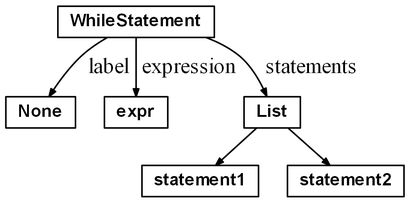
The Graphviz diagram document/Masterarbeit/images/WhileStatement.png in chrreisinger/OpenVC, before a commit. Its source is kept beside it as document/Masterarbeit/src/WhileStatement.dot.
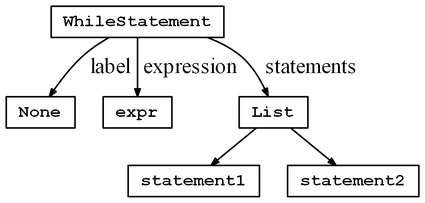
The same diagram one commit later.

Change to the diagram source:
```diff
@@ -1,8 +1,8 @@
 digraph {
-	graph [ dpi = 300 ];
+	graph [ dpi = 300, fontname=Arial ];
 	ordering=out;
 	ranksep=.3;
-	node [shape=box, fixedsize=false, fontsize=11, fontname="Helvetica-bold", width=.25, height=.25];
+	node [shape=box, fixedsize=false, fontsize=11, fontname="Courier-Bold", width=.25, height=.25];
 	edge [arrowsize=.5, color="black"]
 
 	WhileStatement:
```
